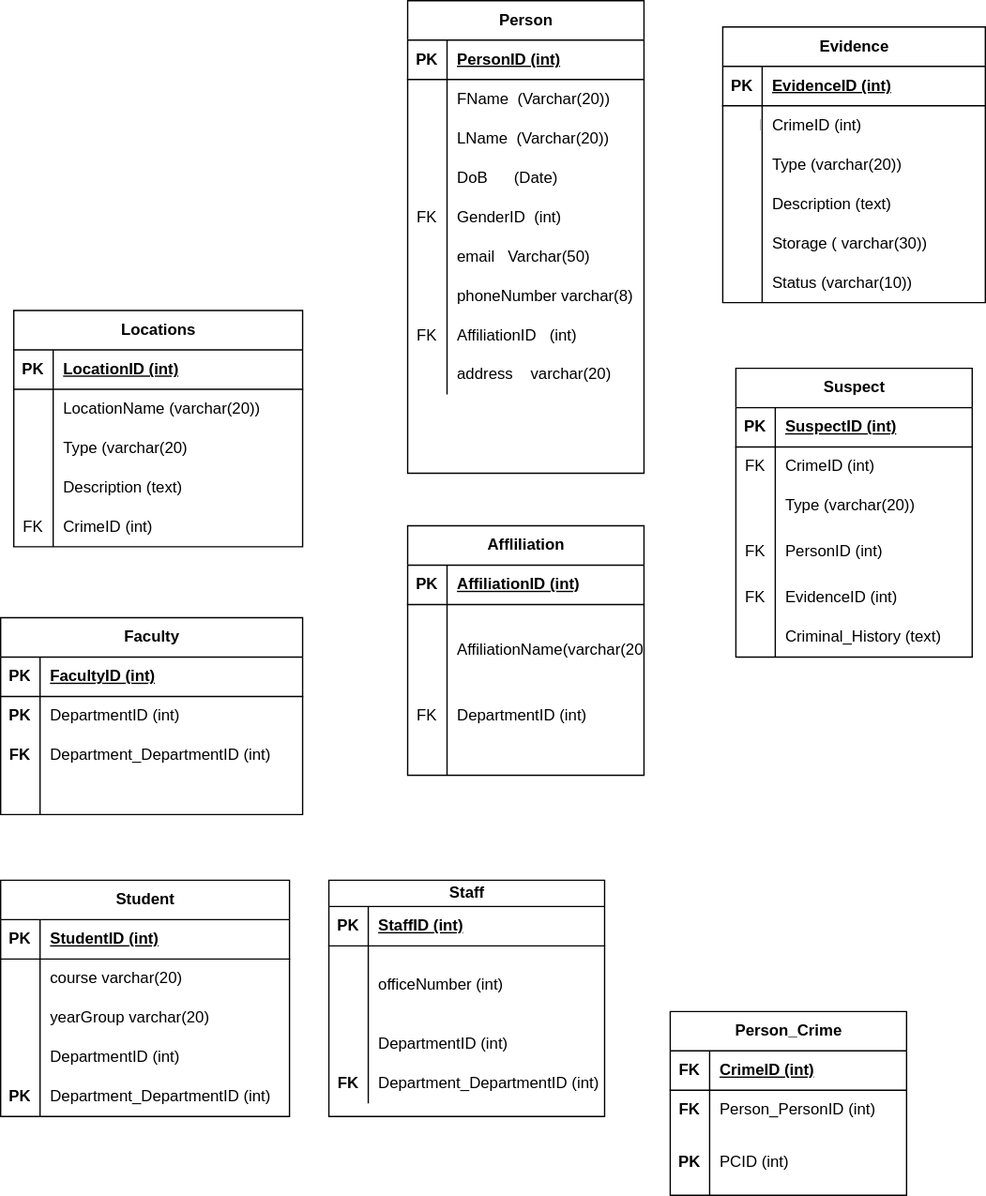
Above: Untitled Diagram.drawio.svg in Priscile2/Diagrams (draw.io), before the change. Source tidied: cells renumbered, new cells last; positions are measured from the earlier drawing's top-left corner, leaving out a move shared by most shapes.
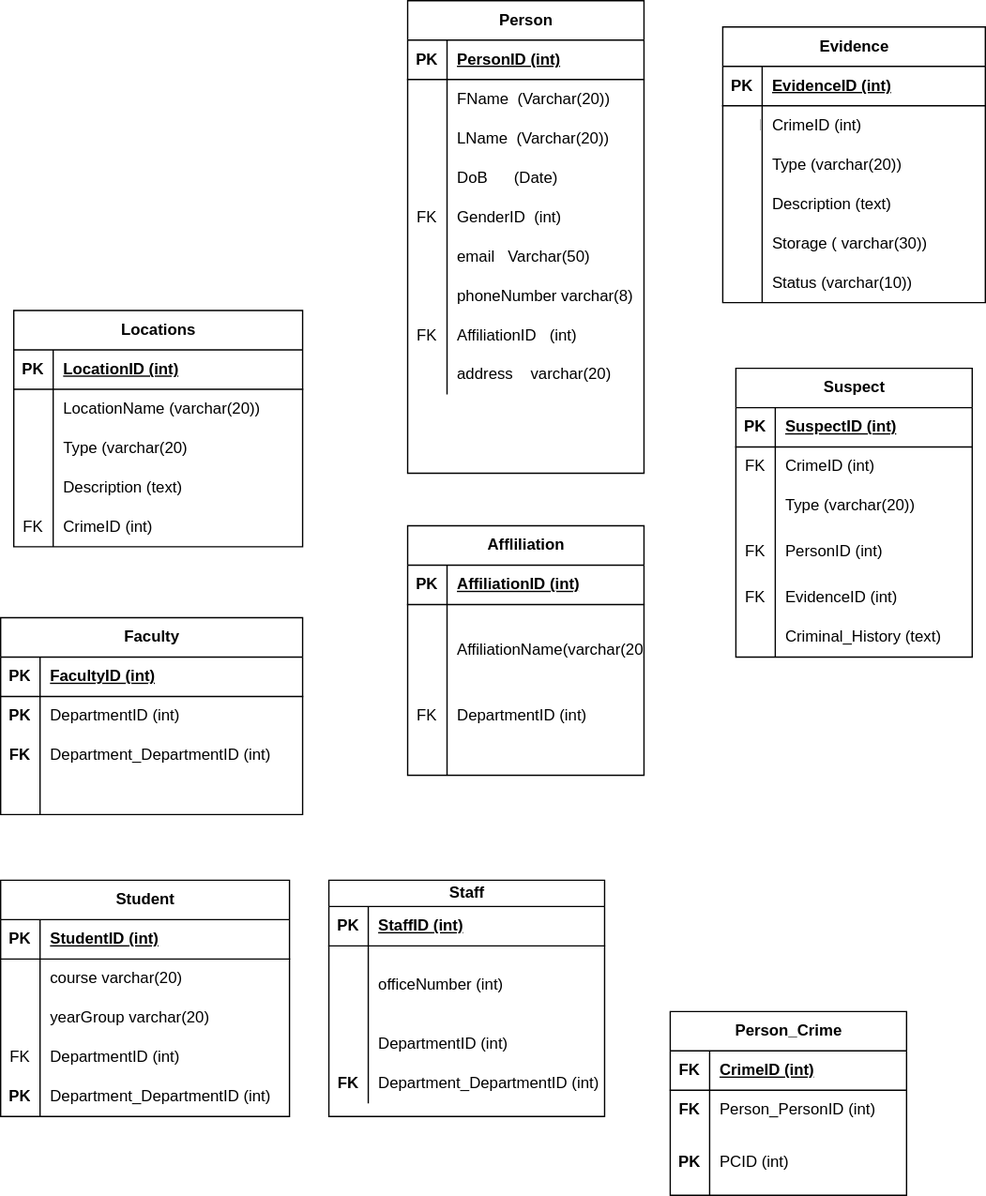
The same file after the commit.

The edit, as a diff of the source:
```diff
@@ -428,7 +428,7 @@
     <mxCell id="143" style="shape=tableRow;horizontal=0;startSize=0;swimlaneHead=0;swimlaneBody=0;fillColor=none;top=0;left=0;right=0;bottom=0;" parent="133" vertex="1">
       <mxGeometry y="120" width="220" height="30" as="geometry" />
     </mxCell>
-    <mxCell id="144" style="shape=partialRectangle;fillColor=none;top=0;left=0;bottom=0;right=0;overflow=hidden;whiteSpace=wrap;html=1;" parent="143" vertex="1">
+    <mxCell id="144" value="FK" style="shape=partialRectangle;fillColor=none;top=0;left=0;bottom=0;right=0;overflow=hidden;whiteSpace=wrap;html=1;" parent="143" vertex="1">
       <mxGeometry width="30" height="30" as="geometry" />
     </mxCell>
     <mxCell id="145" value="DepartmentID (int)" style="shape=partialRectangle;fillColor=none;top=0;left=0;bottom=0;right=0;align=left;spacingLeft=6;overflow=hidden;whiteSpace=wrap;html=1;" parent="143" vertex="1">
```
